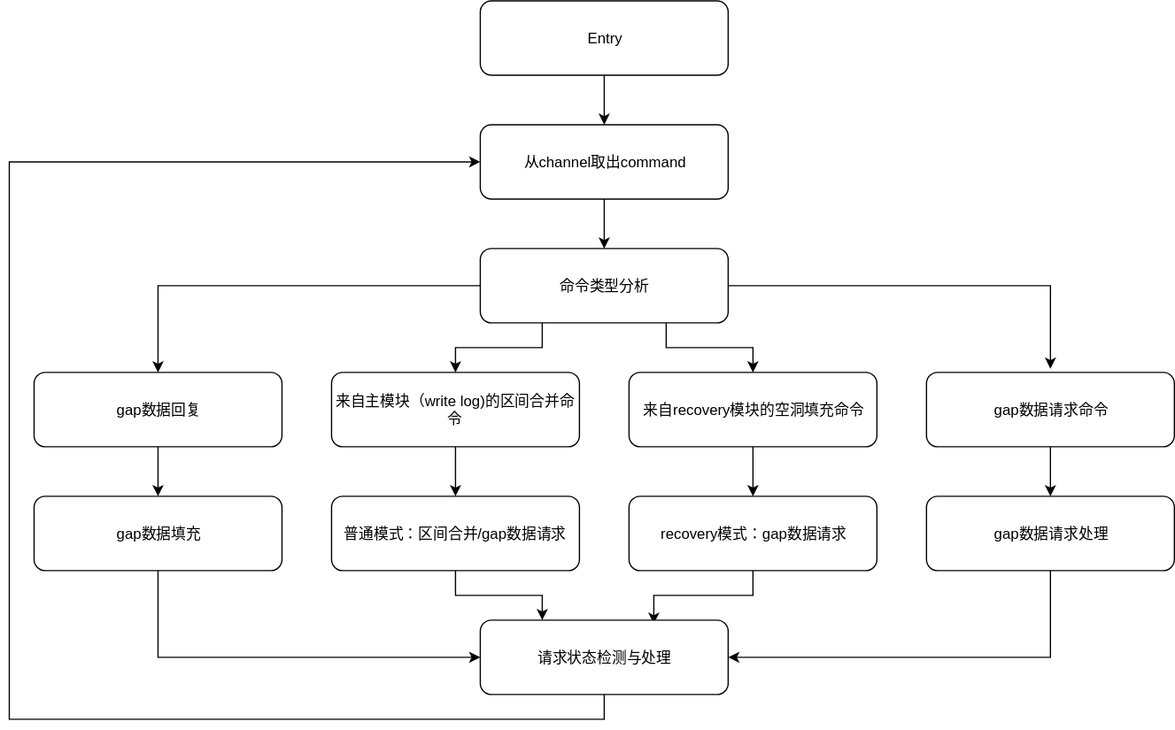
Earlier version of the draw.io export attachments/1629356917623.drawio.svg (simbahebinbo/smallfat.github.io). Source tidied: cells renumbered, new cells last; positions are measured from the earlier drawing's top-left corner, leaving out a move shared by most shapes.
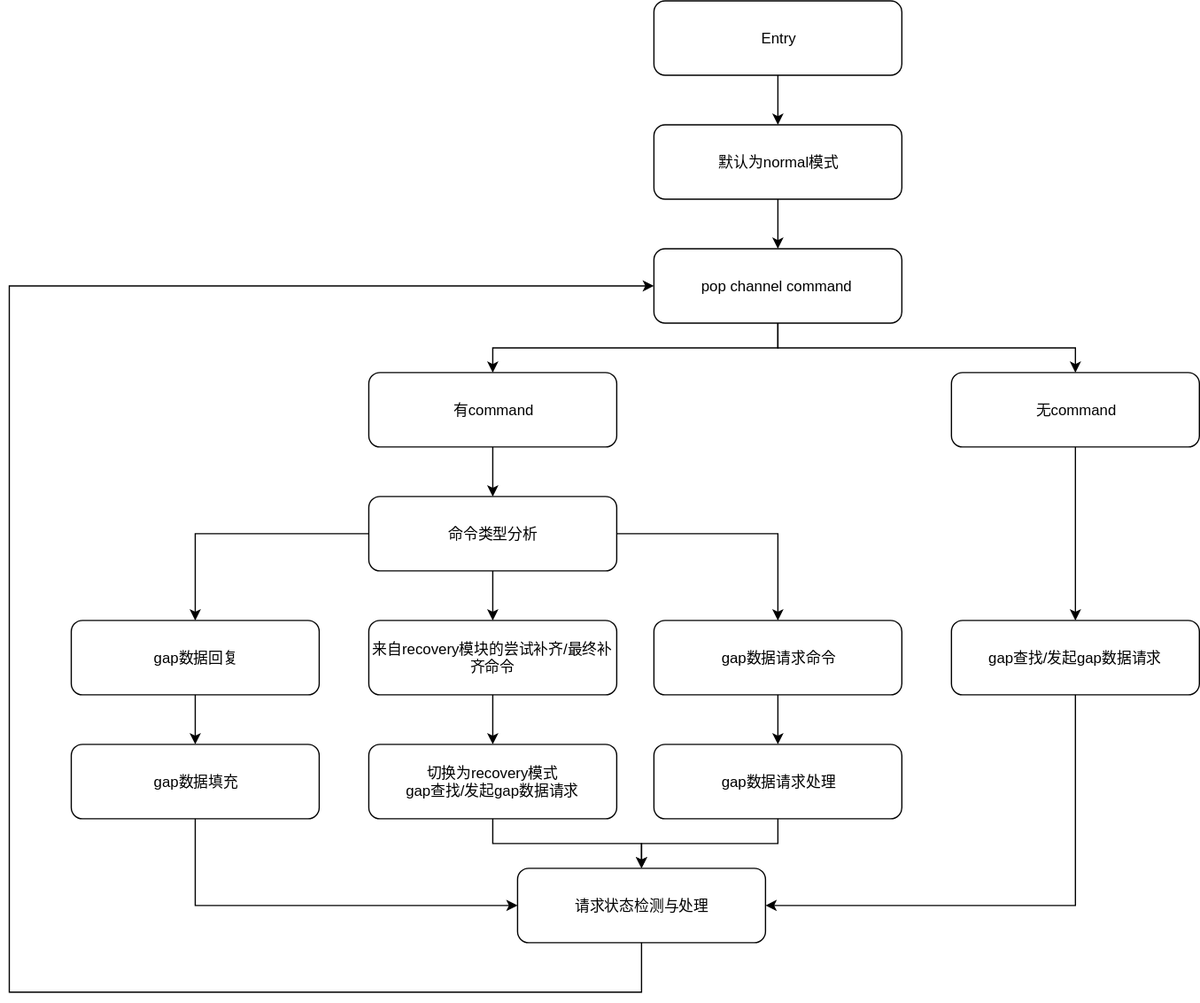
Above is the later version.

Commit message:
添加附件 : attachments/1629356917623.drawio.svg

The edit, as a diff of the source:
```diff
@@ -2,98 +2,113 @@
   <root>
     <mxCell id="0" />
     <mxCell id="1" parent="0" />
-    <mxCell id="2" style="edgeStyle=orthogonalEdgeStyle;rounded=0;jettySize=auto;html=1;" parent="1" edge="1" source="3" target="28">
-      <mxGeometry relative="1" as="geometry" />
-    </mxCell>
-    <mxCell id="3" value="从channel取出command" style="rounded=1;whiteSpace=wrap;html=1;" parent="1" vertex="1">
-      <mxGeometry x="380" y="100" width="200" height="60" as="geometry" />
+    <mxCell id="3" style="edgeStyle=orthogonalEdgeStyle;rounded=0;jettySize=auto;html=1;" parent="1" edge="1" source="29" target="8">
+      <mxGeometry relative="1" as="geometry" />
     </mxCell>
-    <mxCell id="4" style="edgeStyle=orthogonalEdgeStyle;rounded=0;jettySize=auto;html=1;" parent="1" edge="1" source="5" target="15">
-      <mxGeometry relative="1" as="geometry" />
-    </mxCell>
+    <mxCell id="29" value="有command" style="rounded=1;whiteSpace=wrap;html=1;" parent="1" vertex="1">
+      <mxGeometry x="210" y="140" width="200" height="60" as="geometry" />
+    </mxCell>
+    <mxCell id="30" style="edgeStyle=orthogonalEdgeStyle;rounded=0;jettySize=auto;html=1;" parent="1" edge="1" source="5" target="21">
+      <mxGeometry relative="1" as="geometry" />
+    </mxCell>
     <mxCell id="5" value="gap数据回复" style="rounded=1;whiteSpace=wrap;html=1;" parent="1" vertex="1">
-      <mxGeometry x="20" y="300" width="200" height="60" as="geometry" />
+      <mxGeometry x="-30" y="340" width="200" height="60" as="geometry" />
     </mxCell>
-    <mxCell id="6" style="edgeStyle=orthogonalEdgeStyle;rounded=0;jettySize=auto;html=1;" parent="1" edge="1" source="7" target="17">
-      <mxGeometry relative="1" as="geometry" />
-    </mxCell>
-    <mxCell id="7" value="来自主模块（write log)的区间合并命令" style="rounded=1;whiteSpace=wrap;html=1;" parent="1" vertex="1">
-      <mxGeometry x="260" y="300" width="200" height="60" as="geometry" />
+    <mxCell id="7" style="edgeStyle=orthogonalEdgeStyle;rounded=0;orthogonalLoop=1;jettySize=auto;html=1;" parent="1" edge="1">
+      <mxGeometry relative="1" as="geometry">
+        <mxPoint x="360" y="360" as="sourcePoint" />
+      </mxGeometry>
     </mxCell>
-    <mxCell id="8" style="edgeStyle=orthogonalEdgeStyle;rounded=0;jettySize=auto;html=1;" parent="1" edge="1" source="9" target="19">
-      <mxGeometry relative="1" as="geometry" />
-    </mxCell>
+    <mxCell id="31" style="edgeStyle=orthogonalEdgeStyle;rounded=0;jettySize=auto;html=1;" parent="1" edge="1" source="9" target="12">
+      <mxGeometry relative="1" as="geometry" />
+    </mxCell>
-    <mxCell id="9" value="来自recovery模块的空洞填充命令" style="rounded=1;whiteSpace=wrap;html=1;" parent="1" vertex="1">
-      <mxGeometry x="500" y="300" width="200" height="60" as="geometry" />
+    <mxCell id="9" value="来自recovery模块的尝试补齐/最终补齐命令" style="rounded=1;whiteSpace=wrap;html=1;" parent="1" vertex="1">
+      <mxGeometry x="210" y="340" width="200" height="60" as="geometry" />
     </mxCell>
-    <mxCell id="10" style="edgeStyle=orthogonalEdgeStyle;rounded=0;jettySize=auto;html=1;" parent="1" edge="1" source="11" target="21">
-      <mxGeometry relative="1" as="geometry" />
-    </mxCell>
-    <mxCell id="11" value="gap数据请求命令" style="rounded=1;whiteSpace=wrap;html=1;" parent="1" vertex="1">
-      <mxGeometry x="740" y="300" width="200" height="60" as="geometry" />
+    <mxCell id="11" style="edgeStyle=orthogonalEdgeStyle;rounded=0;jettySize=auto;html=1;" parent="1" edge="1" source="13" target="34">
+      <mxGeometry relative="1" as="geometry" />
     </mxCell>
+    <mxCell id="13" value="gap数据请求命令" style="rounded=1;whiteSpace=wrap;html=1;" parent="1" vertex="1">
+      <mxGeometry x="440" y="340" width="200" height="60" as="geometry" />
+    </mxCell>
+    <mxCell id="32" style="edgeStyle=orthogonalEdgeStyle;rounded=0;jettySize=auto;html=1;" parent="1" edge="1" source="17" target="39">
+      <mxGeometry relative="1" as="geometry" />
+    </mxCell>
+    <mxCell id="17" value="Entry" style="rounded=1;whiteSpace=wrap;html=1;" parent="1" vertex="1">
+      <mxGeometry x="440" y="-160" width="200" height="60" as="geometry" />
+    </mxCell>
+    <mxCell id="19" style="edgeStyle=orthogonalEdgeStyle;rounded=0;jettySize=auto;html=1;entryX=0;entryY=0.5;entryDx=0;entryDy=0;exitX=0.5;exitY=1;exitDx=0;exitDy=0;" parent="1" edge="1" source="21" target="25">
+      <mxGeometry relative="1" as="geometry">
+        <Array as="points">
+          <mxPoint x="70" y="570" />
+        </Array>
+      </mxGeometry>
+    </mxCell>
+    <mxCell id="21" value="gap数据填充" style="rounded=1;whiteSpace=wrap;html=1;" parent="1" vertex="1">
+      <mxGeometry x="-30" y="440" width="200" height="60" as="geometry" />
+    </mxCell>
+    <mxCell id="14" style="edgeStyle=orthogonalEdgeStyle;rounded=0;jettySize=auto;html=1;" parent="1" edge="1" source="12" target="25">
+      <mxGeometry relative="1" as="geometry" />
+    </mxCell>
-    <mxCell id="12" style="edgeStyle=orthogonalEdgeStyle;rounded=0;jettySize=auto;html=1;" parent="1" edge="1" source="13" target="3">
-      <mxGeometry relative="1" as="geometry" />
+    <mxCell id="12" value="切换为recovery模式&lt;br&gt;gap查找/发起gap数据请求" style="rounded=1;whiteSpace=wrap;html=1;" parent="1" vertex="1">
+      <mxGeometry x="210" y="440" width="200" height="60" as="geometry" />
     </mxCell>
-    <mxCell id="13" value="Entry" style="rounded=1;whiteSpace=wrap;html=1;" parent="1" vertex="1">
-      <mxGeometry x="380" width="200" height="60" as="geometry" />
-    </mxCell>
-    <mxCell id="14" style="edgeStyle=orthogonalEdgeStyle;rounded=0;jettySize=auto;html=1;entryX=0;entryY=0.5;entryDx=0;entryDy=0;" parent="1" edge="1" source="15" target="23">
-      <mxGeometry relative="1" as="geometry">
-        <Array as="points">
-          <mxPoint x="120" y="530" />
-        </Array>
-      </mxGeometry>
-    </mxCell>
-    <mxCell id="15" value="gap数据填充" style="rounded=1;whiteSpace=wrap;html=1;" parent="1" vertex="1">
-      <mxGeometry x="20" y="400" width="200" height="60" as="geometry" />
-    </mxCell>
-    <mxCell id="16" style="edgeStyle=orthogonalEdgeStyle;rounded=0;jettySize=auto;html=1;exitX=0.5;exitY=1;exitDx=0;exitDy=0;entryX=0.25;entryY=0;entryDx=0;entryDy=0;" parent="1" edge="1" source="17" target="23">
-      <mxGeometry relative="1" as="geometry" />
-    </mxCell>
-    <mxCell id="17" value="普通模式：区间合并/gap数据请求" style="rounded=1;whiteSpace=wrap;html=1;" parent="1" vertex="1">
-      <mxGeometry x="260" y="400" width="200" height="60" as="geometry" />
-    </mxCell>
-    <mxCell id="18" style="edgeStyle=orthogonalEdgeStyle;rounded=0;jettySize=auto;html=1;exitX=0.5;exitY=1;exitDx=0;exitDy=0;entryX=0.7;entryY=0.05;entryDx=0;entryDy=0;entryPerimeter=0;" parent="1" edge="1" source="19" target="23">
-      <mxGeometry relative="1" as="geometry" />
-    </mxCell>
-    <mxCell id="19" value="recovery模式：gap数据请求" style="rounded=1;whiteSpace=wrap;html=1;" parent="1" vertex="1">
-      <mxGeometry x="500" y="400" width="200" height="60" as="geometry" />
-    </mxCell>
-    <mxCell id="20" style="edgeStyle=orthogonalEdgeStyle;rounded=0;jettySize=auto;html=1;exitX=0.5;exitY=1;exitDx=0;exitDy=0;entryX=1;entryY=0.5;entryDx=0;entryDy=0;" parent="1" edge="1" source="21" target="23">
-      <mxGeometry relative="1" as="geometry" />
-    </mxCell>
-    <mxCell id="21" value="gap数据请求处理" style="rounded=1;whiteSpace=wrap;html=1;" parent="1" vertex="1">
-      <mxGeometry x="740" y="400" width="200" height="60" as="geometry" />
-    </mxCell>
-    <mxCell id="22" style="edgeStyle=orthogonalEdgeStyle;rounded=0;jettySize=auto;html=1;exitX=0.5;exitY=1;exitDx=0;exitDy=0;entryX=0;entryY=0.5;entryDx=0;entryDy=0;" parent="1" edge="1" source="23" target="3">
-      <mxGeometry relative="1" as="geometry">
-        <Array as="points">
-          <mxPoint x="480" y="580" />
-          <mxPoint y="580" />
-          <mxPoint y="130" />
-        </Array>
-      </mxGeometry>
-    </mxCell>
-    <mxCell id="23" value="请求状态检测与处理" style="rounded=1;whiteSpace=wrap;html=1;" parent="1" vertex="1">
-      <mxGeometry x="380" y="500" width="200" height="60" as="geometry" />
-    </mxCell>
+    <mxCell id="33" style="edgeStyle=orthogonalEdgeStyle;rounded=0;jettySize=auto;html=1;exitX=0.5;exitY=1;exitDx=0;exitDy=0;entryX=0.5;entryY=0;entryDx=0;entryDy=0;" parent="1" edge="1" source="34" target="25">
+      <mxGeometry relative="1" as="geometry" />
+    </mxCell>
+    <mxCell id="34" value="gap数据请求处理" style="rounded=1;whiteSpace=wrap;html=1;" parent="1" vertex="1">
+      <mxGeometry x="440" y="440" width="200" height="60" as="geometry" />
+    </mxCell>
-    <mxCell id="24" style="edgeStyle=orthogonalEdgeStyle;rounded=0;jettySize=auto;html=1;entryX=0.5;entryY=0;entryDx=0;entryDy=0;" parent="1" edge="1" source="28" target="5">
-      <mxGeometry relative="1" as="geometry" />
+    <mxCell id="24" style="edgeStyle=orthogonalEdgeStyle;rounded=0;jettySize=auto;html=1;exitX=0.5;exitY=1;exitDx=0;exitDy=0;entryX=0;entryY=0.5;entryDx=0;entryDy=0;" parent="1" edge="1" source="25" target="42">
+      <mxGeometry relative="1" as="geometry">
+        <Array as="points">
+          <mxPoint x="430" y="640" />
+          <mxPoint x="-80" y="640" />
+          <mxPoint x="-80" y="70" />
+        </Array>
+      </mxGeometry>
     </mxCell>
-    <mxCell id="25" style="edgeStyle=orthogonalEdgeStyle;rounded=0;jettySize=auto;html=1;exitX=0.25;exitY=1;exitDx=0;exitDy=0;" parent="1" edge="1" source="28" target="7">
-      <mxGeometry relative="1" as="geometry" />
+    <mxCell id="25" value="请求状态检测与处理" style="rounded=1;whiteSpace=wrap;html=1;" parent="1" vertex="1">
+      <mxGeometry x="330" y="540" width="200" height="60" as="geometry" />
     </mxCell>
-    <mxCell id="26" style="edgeStyle=orthogonalEdgeStyle;rounded=0;jettySize=auto;html=1;exitX=0.75;exitY=1;exitDx=0;exitDy=0;entryX=0.5;entryY=0;entryDx=0;entryDy=0;" parent="1" edge="1" source="28" target="9">
+    <mxCell id="26" style="edgeStyle=orthogonalEdgeStyle;rounded=0;jettySize=auto;html=1;entryX=0.5;entryY=0;entryDx=0;entryDy=0;" parent="1" edge="1" source="8" target="5">
       <mxGeometry relative="1" as="geometry" />
     </mxCell>
-    <mxCell id="27" style="edgeStyle=orthogonalEdgeStyle;rounded=0;jettySize=auto;html=1;exitX=1;exitY=0.5;exitDx=0;exitDy=0;" parent="1" edge="1" source="28">
-      <mxGeometry relative="1" as="geometry">
-        <mxPoint x="840" y="297" as="targetPoint" />
-      </mxGeometry>
-    </mxCell>
-    <mxCell id="28" value="命令类型分析" style="rounded=1;whiteSpace=wrap;html=1;" parent="1" vertex="1">
-      <mxGeometry x="380" y="200" width="200" height="60" as="geometry" />
-    </mxCell>
+    <mxCell id="4" style="edgeStyle=orthogonalEdgeStyle;rounded=0;jettySize=auto;html=1;exitX=1;exitY=0.5;exitDx=0;exitDy=0;" parent="1" edge="1" source="8" target="13">
+      <mxGeometry relative="1" as="geometry" />
+    </mxCell>
+    <mxCell id="10" style="edgeStyle=orthogonalEdgeStyle;rounded=0;jettySize=auto;html=1;" parent="1" edge="1" source="8" target="9">
+      <mxGeometry relative="1" as="geometry" />
+    </mxCell>
+    <mxCell id="8" value="命令类型分析" style="rounded=1;whiteSpace=wrap;html=1;" parent="1" vertex="1">
+      <mxGeometry x="210" y="240" width="200" height="60" as="geometry" />
+    </mxCell>
+    <mxCell id="35" style="edgeStyle=orthogonalEdgeStyle;rounded=0;jettySize=auto;html=1;" parent="1" edge="1" source="16" target="37">
+      <mxGeometry relative="1" as="geometry" />
+    </mxCell>
+    <mxCell id="16" value="无command" style="rounded=1;whiteSpace=wrap;html=1;" parent="1" vertex="1">
+      <mxGeometry x="680" y="140" width="200" height="60" as="geometry" />
+    </mxCell>
+    <mxCell id="36" style="edgeStyle=orthogonalEdgeStyle;rounded=0;jettySize=auto;html=1;exitX=0.5;exitY=1;exitDx=0;exitDy=0;entryX=1;entryY=0.5;entryDx=0;entryDy=0;" parent="1" edge="1" source="37" target="25">
+      <mxGeometry relative="1" as="geometry" />
+    </mxCell>
+    <mxCell id="37" value="gap查找/发起gap数据请求" style="rounded=1;whiteSpace=wrap;html=1;" parent="1" vertex="1">
+      <mxGeometry x="680" y="340" width="200" height="60" as="geometry" />
+    </mxCell>
+    <mxCell id="38" style="edgeStyle=orthogonalEdgeStyle;rounded=0;jettySize=auto;html=1;" parent="1" edge="1" source="39" target="42">
+      <mxGeometry relative="1" as="geometry" />
+    </mxCell>
+    <mxCell id="39" value="默认为normal模式" style="rounded=1;whiteSpace=wrap;html=1;" parent="1" vertex="1">
+      <mxGeometry x="440" y="-60" width="200" height="60" as="geometry" />
+    </mxCell>
+    <mxCell id="40" style="edgeStyle=orthogonalEdgeStyle;rounded=0;jettySize=auto;html=1;exitX=0.5;exitY=1;exitDx=0;exitDy=0;entryX=0.5;entryY=0;entryDx=0;entryDy=0;" parent="1" edge="1" source="42" target="29">
+      <mxGeometry relative="1" as="geometry" />
+    </mxCell>
+    <mxCell id="41" style="edgeStyle=orthogonalEdgeStyle;rounded=0;jettySize=auto;html=1;exitX=0.5;exitY=1;exitDx=0;exitDy=0;entryX=0.5;entryY=0;entryDx=0;entryDy=0;" parent="1" edge="1" source="42" target="16">
+      <mxGeometry relative="1" as="geometry" />
+    </mxCell>
+    <mxCell id="42" value="pop channel command&amp;nbsp;" style="rounded=1;whiteSpace=wrap;html=1;" parent="1" vertex="1">
+      <mxGeometry x="440" y="40" width="200" height="60" as="geometry" />
+    </mxCell>
   </root>
 </mxGraphModel>
```
